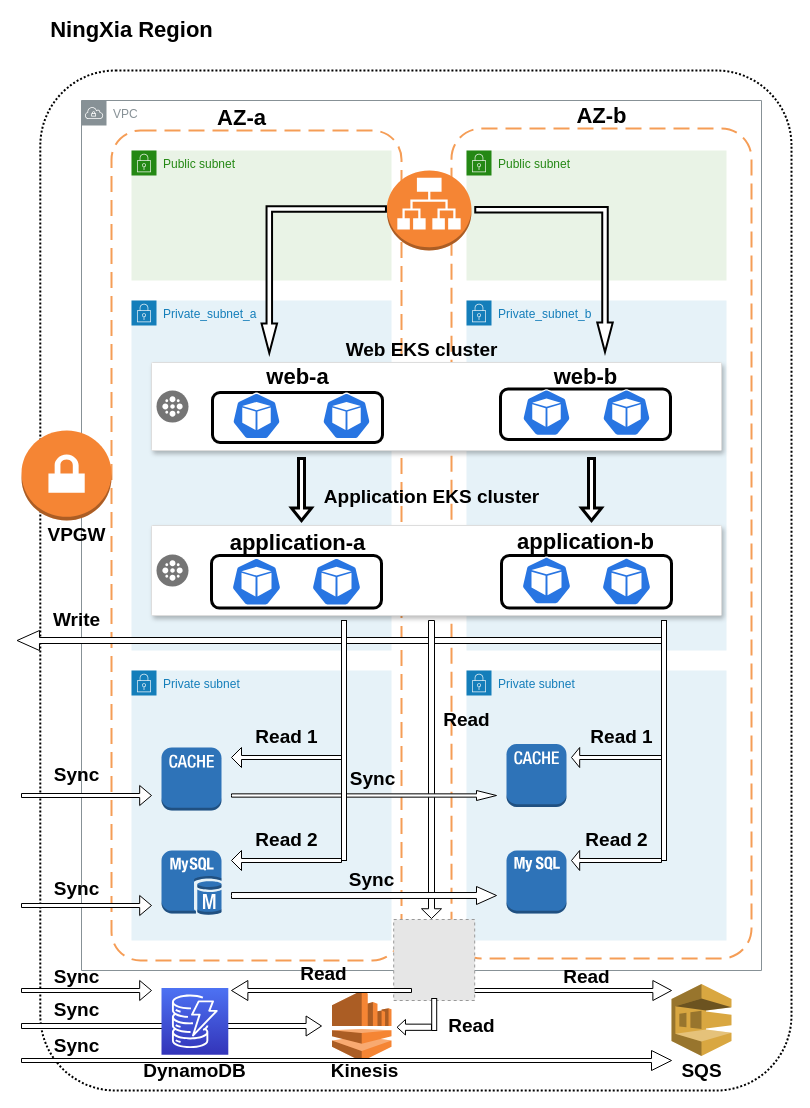
Before: Untitled Diagram.drawio in WangMichael/threapy-box, a draw.io diagram. Source tidied: cells renumbered, new cells numbered last; positions are measured from the earlier drawing's top-left corner, leaving out a move shared by most shapes. Both pictures are drawn from the tidied source at 100%, with x=0, y=0 at pixel (17, 20). Pictures stored in the file or linked from it are replaced by grey dashed boxes.
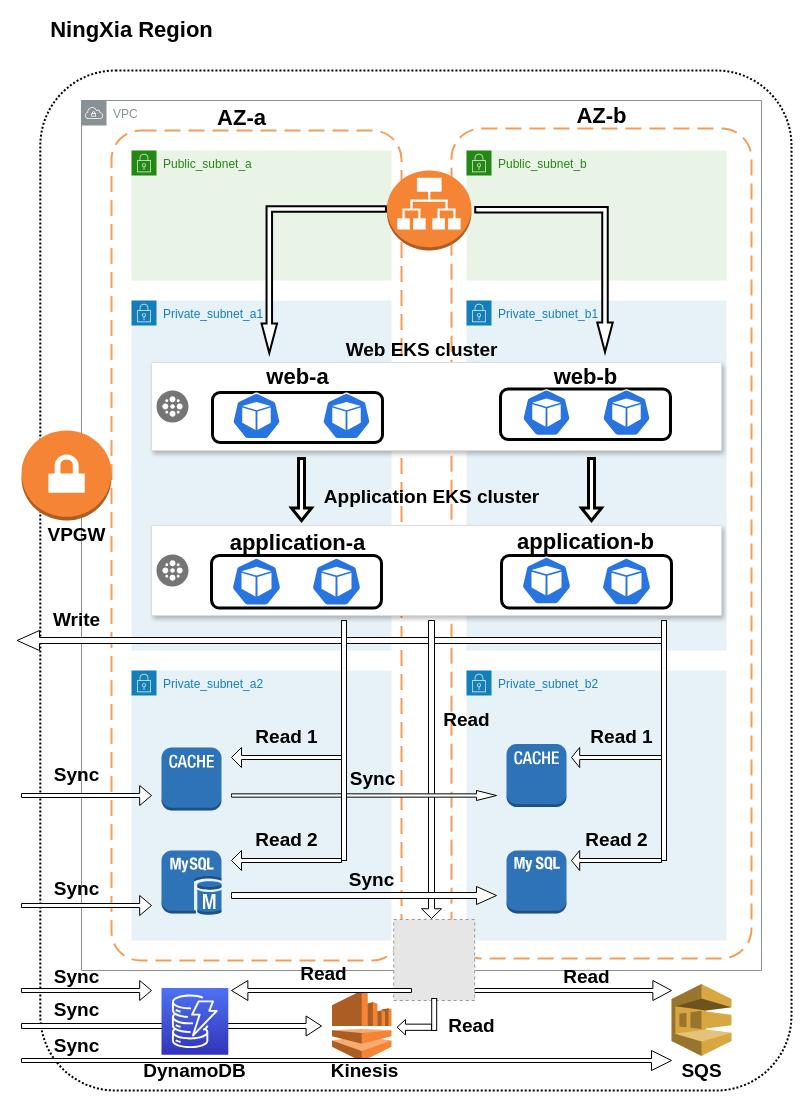
The same page after the edit.

What changed in the source:
```diff
@@
-    <mxCell id="8" value="&lt;b&gt;&lt;font style=&quot;font-size: 22px&quot;&gt;AZ-a&lt;/font&gt;&lt;/b&gt;" style="text;html=1;align=center;verticalAlign=middle;" parent="1" vertex="1">
-      <mxGeometry x="194" y="88" width="60" height="20" as="geometry" />
+    <mxCell id="8" value="&lt;b&gt;&lt;font style=&quot;font-size: 22px&quot;&gt;AZ-a&lt;/font&gt;&lt;/b&gt;" style="text;html=1;align=center;verticalAlign=middle;direction=south;" parent="1" vertex="1">
+      <mxGeometry x="214" y="68" width="20" height="60" as="geometry" />
     </mxCell>
@@
-    <mxCell id="10" value="Public subnet" style="gradientColor=none;html=1;whiteSpace=wrap;fontSize=12;fontStyle=0;shape=mxgraph.aws4.group;grIcon=mxgraph.aws4.group_security_group;grStroke=0;strokeColor=#248814;fillColor=#E9F3E6;verticalAlign=top;align=left;spacingLeft=30;fontColor=#248814;dashed=0;" parent="1" vertex="1">
+    <mxCell id="10" value="Public_subnet_a" style="gradientColor=none;html=1;whiteSpace=wrap;fontSize=12;fontStyle=0;shape=mxgraph.aws4.group;grIcon=mxgraph.aws4.group_security_group;grStroke=0;strokeColor=#248814;fillColor=#E9F3E6;verticalAlign=top;align=left;spacingLeft=30;fontColor=#248814;dashed=0;" parent="1" vertex="1">
       <mxGeometry x="114" y="130" width="260" height="130" as="geometry" />
     </mxCell>
-    <mxCell id="11" value="Public subnet" style="gradientColor=none;html=1;whiteSpace=wrap;fontSize=12;fontStyle=0;shape=mxgraph.aws4.group;grIcon=mxgraph.aws4.group_security_group;grStroke=0;strokeColor=#248814;fillColor=#E9F3E6;verticalAlign=top;align=left;spacingLeft=30;fontColor=#248814;dashed=0;" parent="1" vertex="1">
+    <mxCell id="11" value="Public_subnet_b" style="gradientColor=none;html=1;whiteSpace=wrap;fontSize=12;fontStyle=0;shape=mxgraph.aws4.group;grIcon=mxgraph.aws4.group_security_group;grStroke=0;strokeColor=#248814;fillColor=#E9F3E6;verticalAlign=top;align=left;spacingLeft=30;fontColor=#248814;dashed=0;" parent="1" vertex="1">
       <mxGeometry x="449" y="130" width="260" height="130" as="geometry" />
     </mxCell>
-    <mxCell id="12" value="Private_subnet_a&amp;nbsp;" style="gradientColor=none;html=1;whiteSpace=wrap;fontSize=12;fontStyle=0;shape=mxgraph.aws4.group;grIcon=mxgraph.aws4.group_security_group;grStroke=0;strokeColor=#147EBA;fillColor=#E6F2F8;verticalAlign=top;align=left;spacingLeft=30;fontColor=#147EBA;strokeWidth=7;" parent="1" vertex="1">
+    <mxCell id="12" value="Private_subnet_a1&amp;nbsp;" style="gradientColor=none;html=1;whiteSpace=wrap;fontSize=12;fontStyle=0;shape=mxgraph.aws4.group;grIcon=mxgraph.aws4.group_security_group;grStroke=0;strokeColor=#147EBA;fillColor=#E6F2F8;verticalAlign=top;align=left;spacingLeft=30;fontColor=#147EBA;strokeWidth=7;" parent="1" vertex="1">
       <mxGeometry x="114" y="280" width="260" height="350" as="geometry" />
     </mxCell>
-    <mxCell id="13" value="Private subnet" style="gradientColor=none;html=1;whiteSpace=wrap;fontSize=12;fontStyle=0;shape=mxgraph.aws4.group;grIcon=mxgraph.aws4.group_security_group;grStroke=0;strokeColor=#147EBA;fillColor=#E6F2F8;verticalAlign=top;align=left;spacingLeft=30;fontColor=#147EBA;dashed=0;" parent="1" vertex="1">
+    <mxCell id="13" value="Private_subnet_b2" style="gradientColor=none;html=1;whiteSpace=wrap;fontSize=12;fontStyle=0;shape=mxgraph.aws4.group;grIcon=mxgraph.aws4.group_security_group;grStroke=0;strokeColor=#147EBA;fillColor=#E6F2F8;verticalAlign=top;align=left;spacingLeft=30;fontColor=#147EBA;dashed=0;" parent="1" vertex="1">
       <mxGeometry x="449" y="650" width="260" height="270" as="geometry" />
     </mxCell>
-    <mxCell id="14" value="Private subnet" style="gradientColor=none;html=1;whiteSpace=wrap;fontSize=12;fontStyle=0;shape=mxgraph.aws4.group;grIcon=mxgraph.aws4.group_security_group;grStroke=0;strokeColor=#147EBA;fillColor=#E6F2F8;verticalAlign=top;align=left;spacingLeft=30;fontColor=#147EBA;dashed=0;" parent="1" vertex="1">
+    <mxCell id="14" value="Private_subnet_a2" style="gradientColor=none;html=1;whiteSpace=wrap;fontSize=12;fontStyle=0;shape=mxgraph.aws4.group;grIcon=mxgraph.aws4.group_security_group;grStroke=0;strokeColor=#147EBA;fillColor=#E6F2F8;verticalAlign=top;align=left;spacingLeft=30;fontColor=#147EBA;dashed=0;" parent="1" vertex="1">
       <mxGeometry x="114" y="650" width="260" height="270" as="geometry" />
     </mxCell>
-    <mxCell id="15" value="Private_subnet_b" style="gradientColor=none;html=1;whiteSpace=wrap;fontSize=12;fontStyle=0;shape=mxgraph.aws4.group;grIcon=mxgraph.aws4.group_security_group;grStroke=0;strokeColor=#147EBA;fillColor=#E6F2F8;verticalAlign=top;align=left;spacingLeft=30;fontColor=#147EBA;dashed=0;" parent="1" vertex="1">
+    <mxCell id="15" value="Private_subnet_b1" style="gradientColor=none;html=1;whiteSpace=wrap;fontSize=12;fontStyle=0;shape=mxgraph.aws4.group;grIcon=mxgraph.aws4.group_security_group;grStroke=0;strokeColor=#147EBA;fillColor=#E6F2F8;verticalAlign=top;align=left;spacingLeft=30;fontColor=#147EBA;dashed=0;" parent="1" vertex="1">
       <mxGeometry x="449" y="280" width="260" height="350" as="geometry" />
     </mxCell>
```
